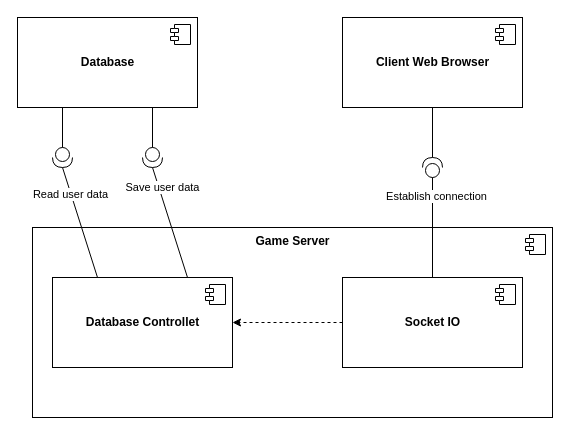
CraigChaus/Sketchy-Mine- keeps this draw.io diagram as docs/resources/diagrams/Abstract Component Diagram.drawio. Above is the earlier version. Source tidied: cells renumbered, new cells numbered last; positions are measured from the earlier drawing's top-left corner, leaving out a move shared by most shapes. Both pictures are drawn from the tidied source at 100%, with x=0, y=0 at pixel (17, 17).
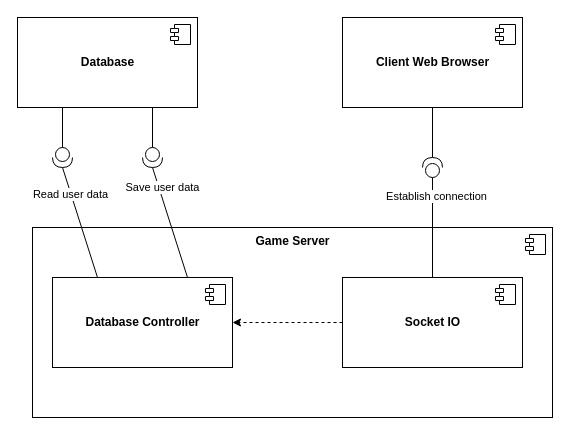
The same page after the edit.

Diff of the diagram source:
```diff
@@
-    <mxCell id="10" value="&lt;b&gt;Database Controllet&lt;br&gt;&lt;/b&gt;" style="html=1;" parent="1" vertex="1">
+    <mxCell id="10" value="&lt;b&gt;Database Controller&lt;br&gt;&lt;/b&gt;" style="html=1;" parent="1" vertex="1">
       <mxGeometry x="35" y="260" width="180" height="90" as="geometry" />
     </mxCell>
```
